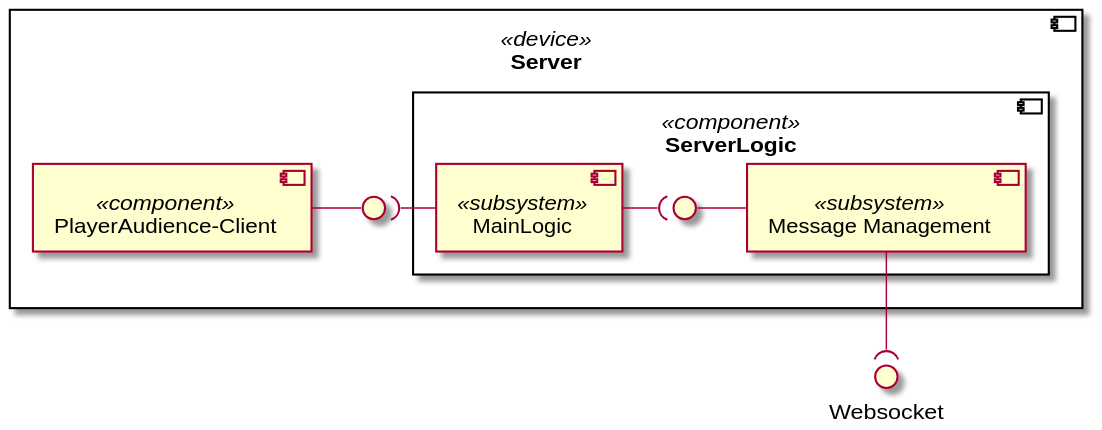
Before: Docs/Technical Specifications/docs/diagrams/component-diagrams/serverlogic-component-diagram.svg, a diagram exported from PlantUML (Brotenko/QualityQuest).
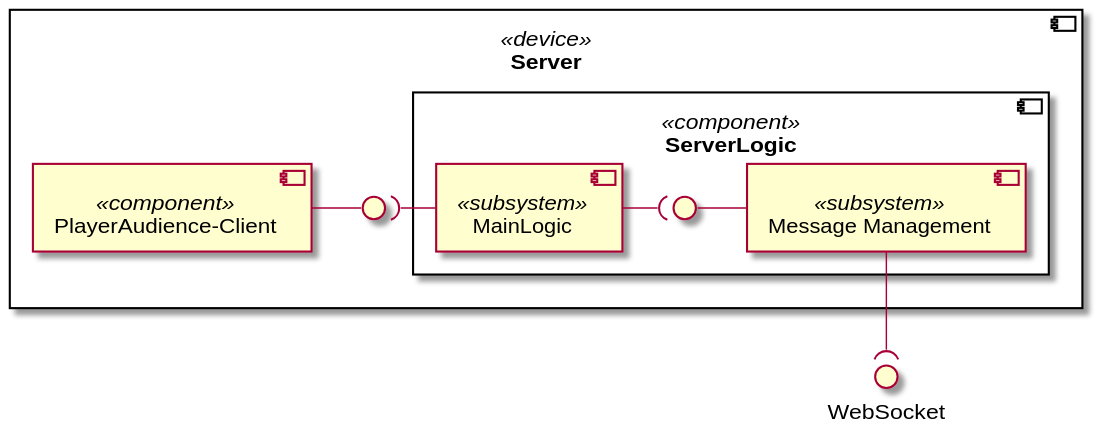
The same diagram one commit later.

Change to the diagram source:
```diff
@@ -1,5 +1,5 @@
 @startuml
-() "Websocket" as http
+() "WebSocket" as http
 
 
 component "Server" <<device>> as server{
```
